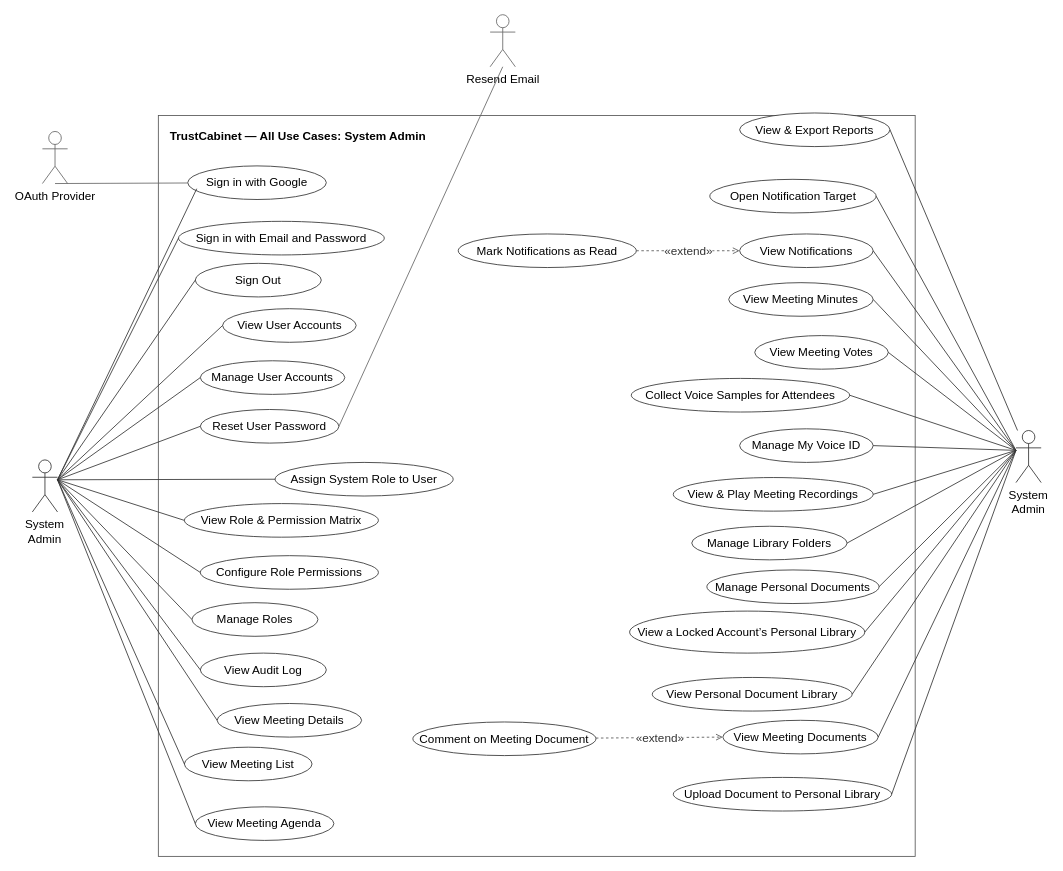
Earlier version of the draw.io diagram page "System Admin" (1 of 8) of docs/14-uc-diagram/trustcabinet-use-cases.drawio (callmehai/FU-FA26-G116). Source tidied: cells renumbered, new cells numbered last; positions are measured from the earlier drawing's top-left corner, leaving out a move shared by most shapes. Both pictures are drawn from the tidied source at 84%, with x=0, y=0 at pixel (32, 14).
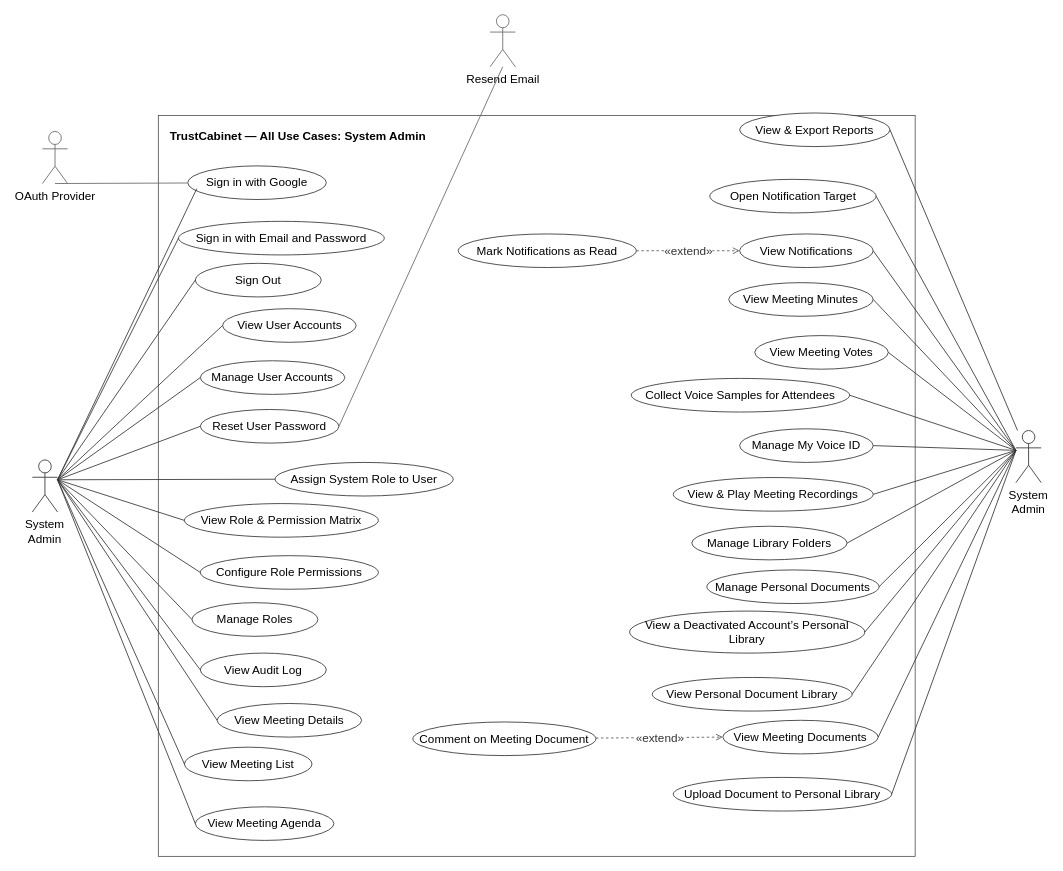
After the change.

The edit, as a diff of the source:
```diff
@@
-    <mxCell id="31" value="View a Locked Account’s Personal Library" style="ellipse;whiteSpace=wrap;html=1;align=center;verticalAlign=middle;fontSize=14;strokeColor=#333333;fillColor=#ffffff;" parent="1" vertex="1">
+    <mxCell id="31" value="View a Deactivated Account’s Personal Library" style="ellipse;whiteSpace=wrap;html=1;align=center;verticalAlign=middle;fontSize=14;strokeColor=#333333;fillColor=#ffffff;" parent="1" vertex="1">
       <mxGeometry x="711" y="710" width="280" height="50" as="geometry" />
     </mxCell>
```
